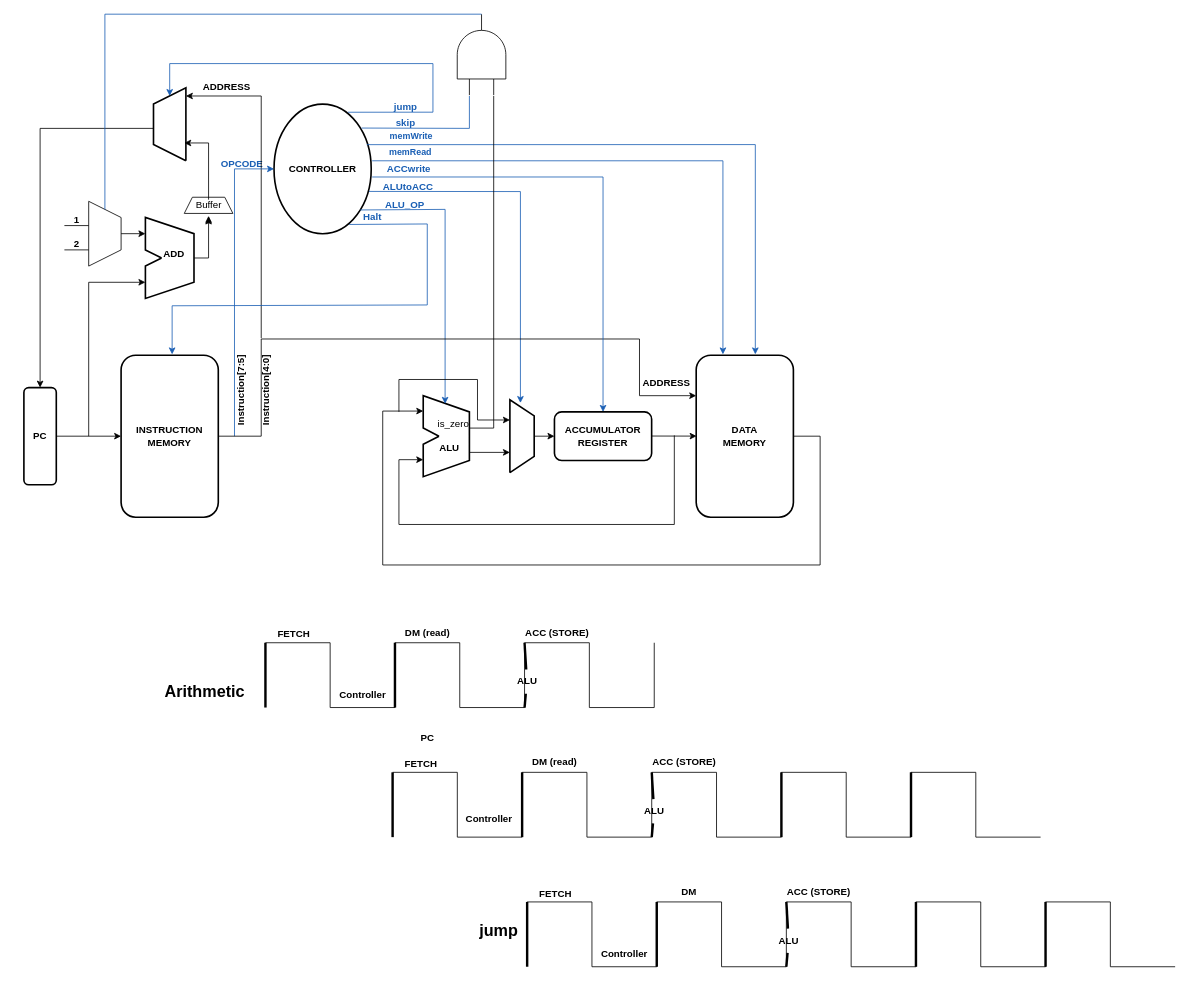
Earlier version of the draw.io diagram Datapath.drawio (phat-tech123/RISC-CPU). Source tidied: cells renumbered, new cells numbered last; positions are measured from the earlier drawing's top-left corner, leaving out a move shared by most shapes. Both pictures are drawn from the tidied source at 81%, with x=0, y=0 at pixel (23, 14).
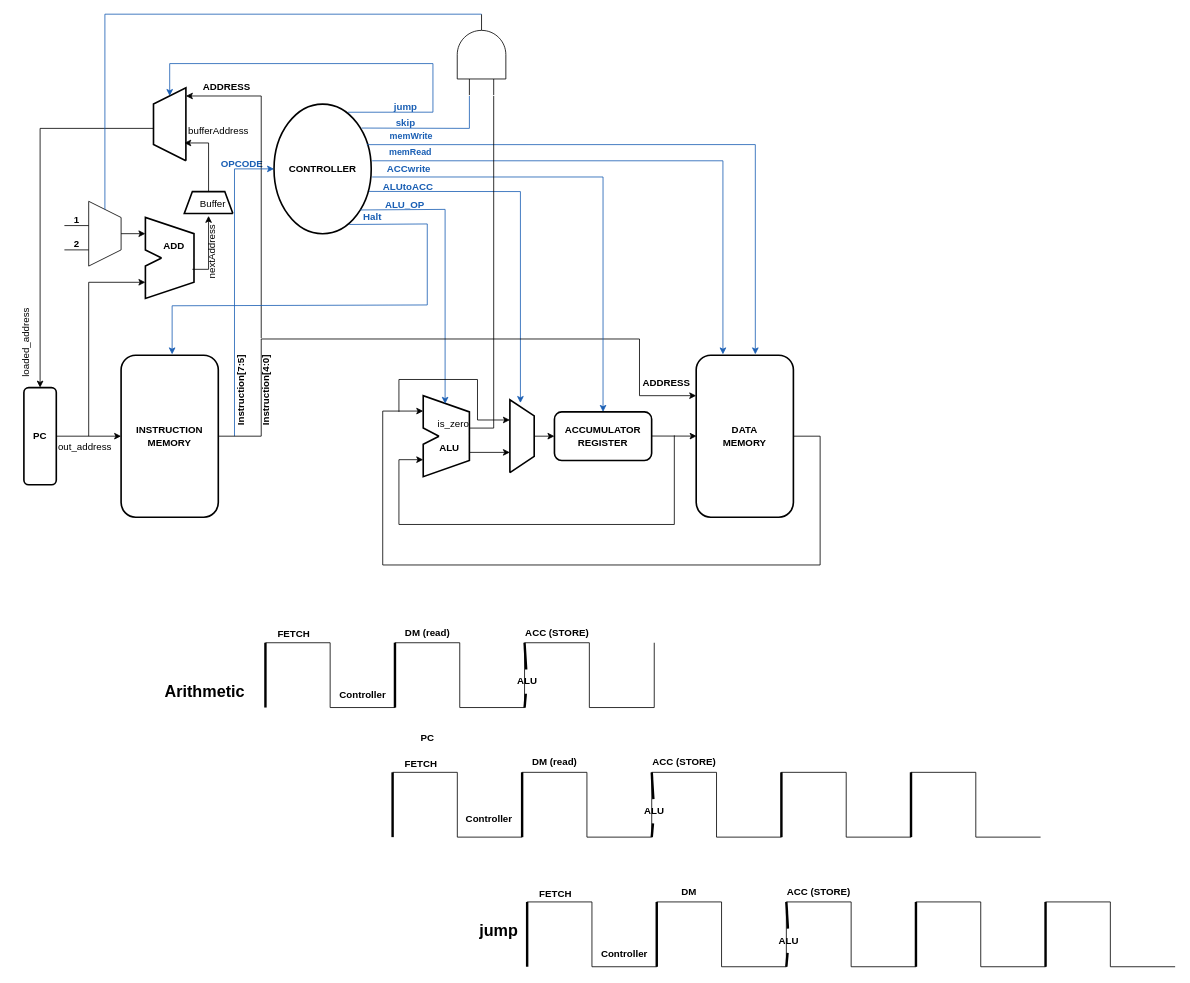
The same page after the edit.

What changed in the source:
```diff
@@
     <mxCell id="14" value="&lt;span&gt;ADD&lt;/span&gt;" style="text;html=1;align=center;verticalAlign=middle;strokeColor=none;fillColor=none;fontStyle=1;" parent="1" vertex="1">
-      <mxGeometry x="160" y="281" width="50" height="30" as="geometry" />
+      <mxGeometry x="160" y="271" width="50" height="30" as="geometry" />
     </mxCell>
@@
-    <mxCell id="20" style="endArrow=classic;html=1;rounded=0;fontStyle=1;" parent="1" edge="1" source="107">
-      <mxGeometry relative="1" as="geometry">
-        <mxPoint x="228" y="249" as="targetPoint" />
-      </mxGeometry>
-    </mxCell>
@@
-    <mxCell id="104" style="endArrow=none;html=1;rounded=0;" parent="1" edge="1">
+    <mxCell id="104" style="endArrow=none;html=1;rounded=0;strokeWidth=2;" parent="1" edge="1">
       <mxGeometry relative="1" as="geometry">
         <mxPoint x="258" y="246" as="sourcePoint" />
         <mxPoint x="258" y="246" as="targetPoint" />
         <Array as="points">
           <mxPoint x="198" y="246" />
-          <mxPoint x="208" y="226" />
-          <mxPoint x="248" y="226" />
+          <mxPoint x="208" y="219" />
+          <mxPoint x="248" y="219" />
         </Array>
       </mxGeometry>
     </mxCell>
     <mxCell id="105" style="endArrow=classic;html=1;rounded=0;" parent="1" edge="1">
       <mxGeometry relative="1" as="geometry">
-        <mxPoint x="228" y="229" as="sourcePoint" />
+        <mxPoint x="228" y="219" as="sourcePoint" />
         <mxPoint x="198" y="159" as="targetPoint" />
         <Array as="points">
           <mxPoint x="228" y="159" />
         </Array>
       </mxGeometry>
     </mxCell>
-    <mxCell id="106" style="endArrow=classic;html=1;rounded=0;fontStyle=1;" parent="1" edge="1" target="107">
+    <mxCell id="106" style="endArrow=classic;html=1;rounded=0;fontStyle=1;" parent="1" edge="1">
       <mxGeometry relative="1" as="geometry">
-        <mxPoint x="210" y="301" as="sourcePoint" />
+        <mxPoint x="208" y="315" as="sourcePoint" />
+        <mxPoint x="228" y="249" as="targetPoint" />
         <Array as="points">
-          <mxPoint x="228" y="301" />
+          <mxPoint x="228" y="315" />
         </Array>
       </mxGeometry>
     </mxCell>
     <mxCell id="107" value="Buffer" style="text;html=1;align=center;verticalAlign=middle;points=[];strokeColor=none;fillColor=none;" parent="1" vertex="1">
-      <mxGeometry x="198" y="221" width="60" height="30" as="geometry" />
+      <mxGeometry x="202.9" y="219" width="60" height="30" as="geometry" />
     </mxCell>
+    <mxCell id="108" value="loaded_address" style="text;html=1;align=center;verticalAlign=middle;strokeColor=none;fillColor=none;rotation=-90;" parent="1" vertex="1">
+      <mxGeometry x="-52" y="391" width="110" height="30" as="geometry" />
+    </mxCell>
+    <mxCell id="109" value="out_address" style="text;html=1;align=center;verticalAlign=middle;strokeColor=none;fillColor=none;" parent="1" vertex="1">
+      <mxGeometry x="30" y="519" width="90" height="30" as="geometry" />
+    </mxCell>
+    <mxCell id="110" value="nextAddress" style="text;html=1;align=center;verticalAlign=middle;strokeColor=none;fillColor=none;rotation=-90;" parent="1" vertex="1">
+      <mxGeometry x="187.9" y="279" width="90" height="30" as="geometry" />
+    </mxCell>
+    <mxCell id="111" value="bufferAddress" style="text;html=1;align=center;verticalAlign=middle;strokeColor=none;fillColor=none;" parent="1" vertex="1">
+      <mxGeometry x="190" y="130" width="100" height="30" as="geometry" />
+    </mxCell>
```
